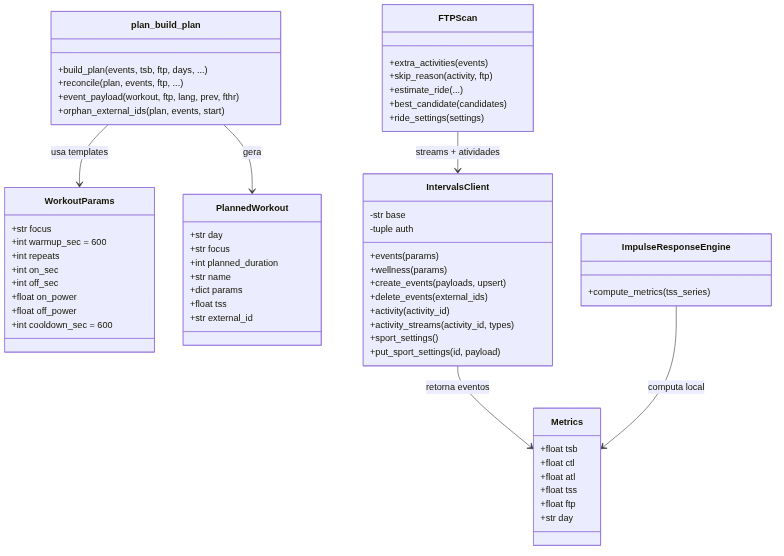
Earlier version of the Mermaid export docs/diagramas/classes.png (valdelin/Hermes-coach). Its source is kept beside it as docs/diagramas/classes.mmd.
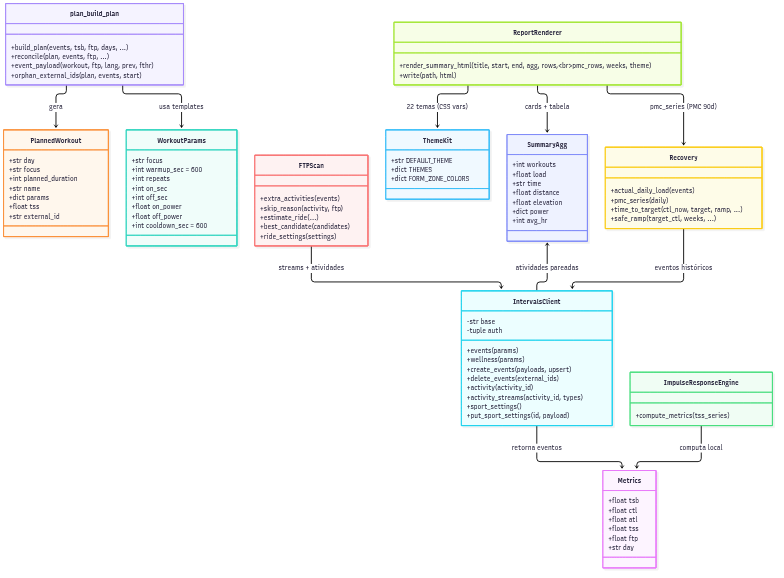
After the commit.

Commit message:
docs: diagramas e decks atualizados para v0.0.23 (cores zona da forma/22 temas)

The edit, as a diff of the source:
```diff
@@ -54,9 +54,38 @@
         +best_candidate(candidates)
         +ride_settings(settings)
     }
+    class Recovery {
+        +actual_daily_load(events)
+        +pmc_series(daily)
+        +time_to_target(ctl_now, target, ramp, ...)
+        +safe_ramp(target_ctl, weeks, ...)
+    }
+    class SummaryAgg {
+        +int workouts
+        +float load
+        +str time
+        +float distance
+        +float elevation
+        +dict power
+        +int avg_hr
+    }
+    class ReportRenderer {
+        +render_summary_html(title, start, end, agg, rows,<br/>pmc_rows, weeks, theme)
+        +write(path, html)
+    }
+    class ThemeKit {
+        +str DEFAULT_THEME
+        +dict THEMES
+        +dict FORM_ZONE_COLORS
+    }
 
     IntervalsClient --> Metrics : retorna eventos
     plan_build_plan --> PlannedWorkout : gera
     plan_build_plan --> WorkoutParams : usa templates
     ImpulseResponseEngine --> Metrics : computa local
     FTPScan --> IntervalsClient : streams + atividades
+    Recovery --> IntervalsClient : eventos históricos
+    SummaryAgg <-- IntervalsClient : atividades pareadas
+    ReportRenderer --> ThemeKit : 22 temas (CSS vars)
+    ReportRenderer --> SummaryAgg : cards + tabela
+    ReportRenderer --> Recovery : pmc_series (PMC 90d)
```
